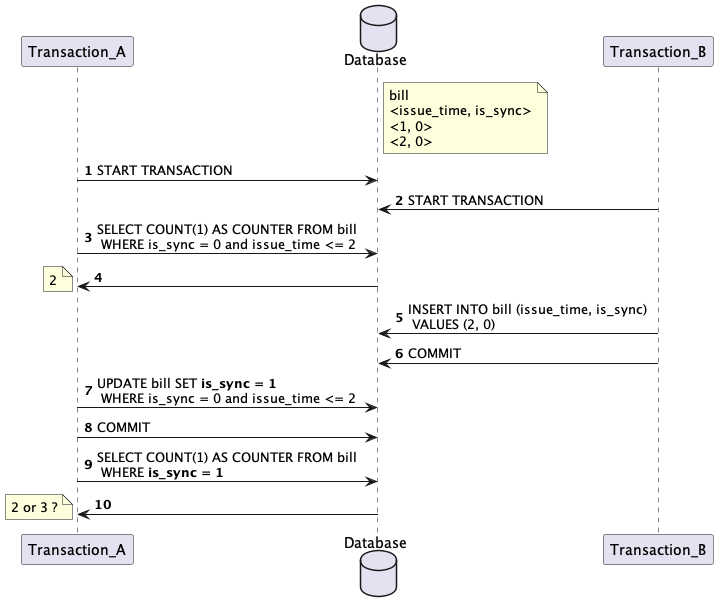
Earlier version of the PlantUML export plantuml.png (hongjhih77/snippet_database_test).
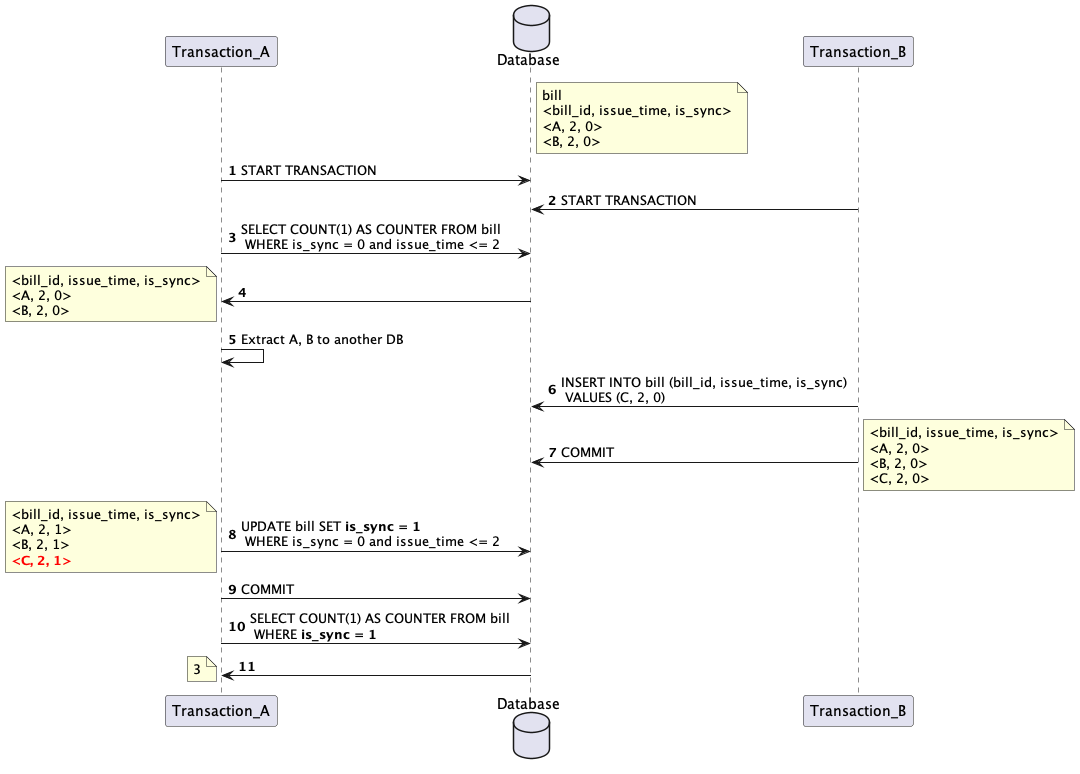
After the commit.

Commit message:
make the scenario more clear for write skew on MySql

The edit, as a diff of the source:
```diff
@@ -7,9 +7,9 @@
 autonumber
 note right of DB
 bill
-<issue_time, is_sync>
-<1, 0>
-<2, 0>
+<bill_id, issue_time, is_sync>
+<A, 2, 0>
+<B, 2, 0>
 end note
 
 tranA -> DB : START TRANSACTION
@@ -17,17 +17,32 @@
 tranA -> DB : SELECT COUNT(1) AS COUNTER FROM bill \n WHERE is_sync = 0 and issue_time <= 2
 DB -> tranA
 note left
-2
+<bill_id, issue_time, is_sync>
+<A, 2, 0>
+<B, 2, 0>
+end note
+tranA -> tranA : Extract A, B to another DB
+
+tranB -> DB : INSERT INTO bill (bill_id, issue_time, is_sync) \n VALUES (C, 2, 0)
+tranB -> DB : COMMIT
+note right
+<bill_id, issue_time, is_sync>
+<A, 2, 0>
+<B, 2, 0>
+<C, 2, 0>
 end note
 
-tranB -> DB : INSERT INTO bill (issue_time, is_sync) \n VALUES (2, 0)
-tranB -> DB : COMMIT
-
 tranA -> DB : UPDATE bill SET <b>is_sync = 1 \n WHERE is_sync = 0 and issue_time <= 2
+note left
+<bill_id, issue_time, is_sync>
+<A, 2, 1>
+<B, 2, 1>
+<font color=red><b><C, 2, 1></b>
+end note
 tranA -> DB : COMMIT
 tranA -> DB : SELECT COUNT(1) AS COUNTER FROM bill \n WHERE <b>is_sync = 1
 DB -> tranA
 note left
-2 or 3 ?
+3
 end note
 @enduml
```
